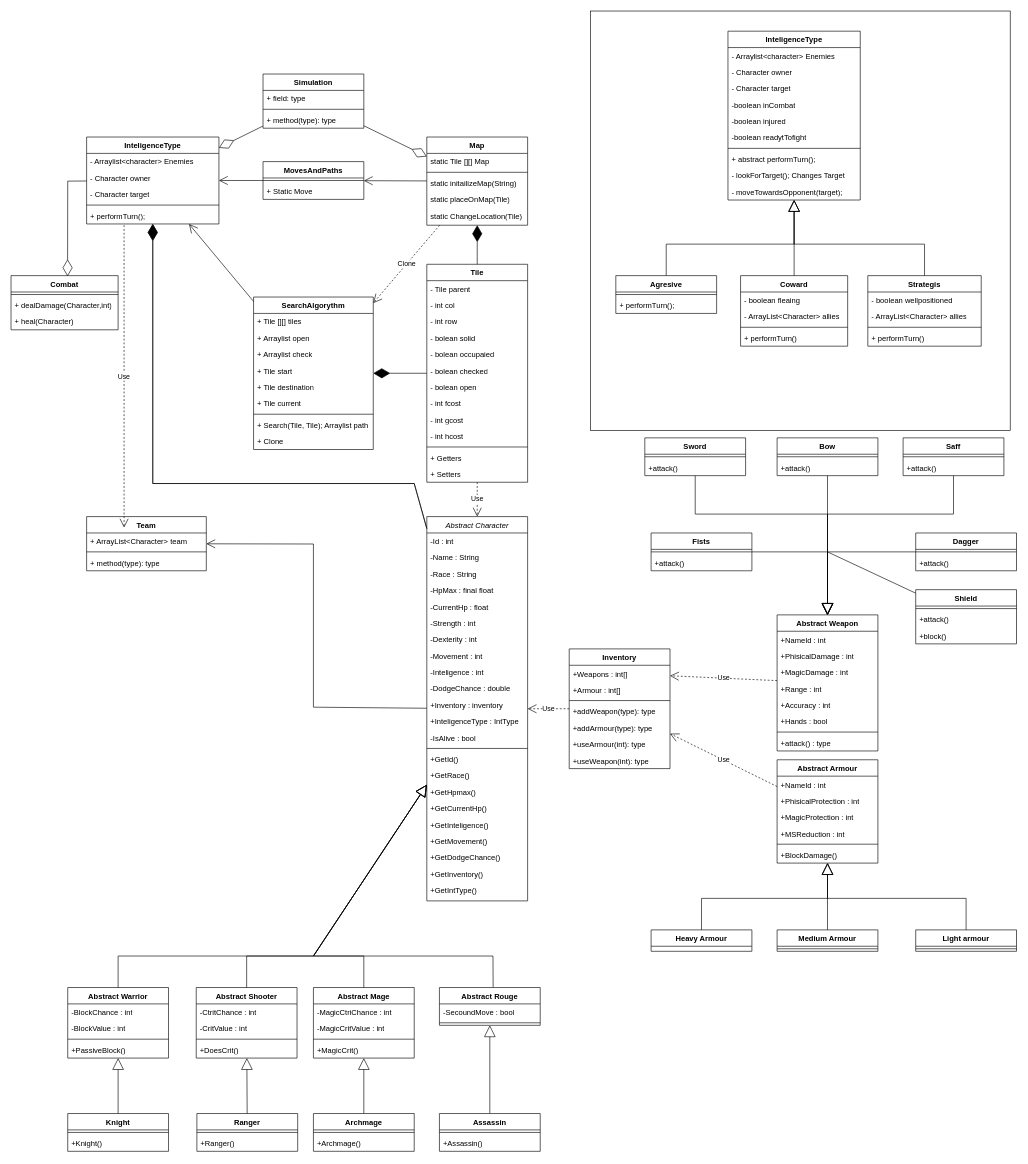
Earlier version of the draw.io diagram Map_And_TileManagment_v2.drawio (Jolowizzard/Fantasy_Battle_Simulation). Source tidied: cells renumbered, new cells numbered last; positions are measured from the earlier drawing's top-left corner, leaving out a move shared by most shapes. Both pictures are drawn from the tidied source at 63%, with x=0, y=0 at pixel (11, 11).
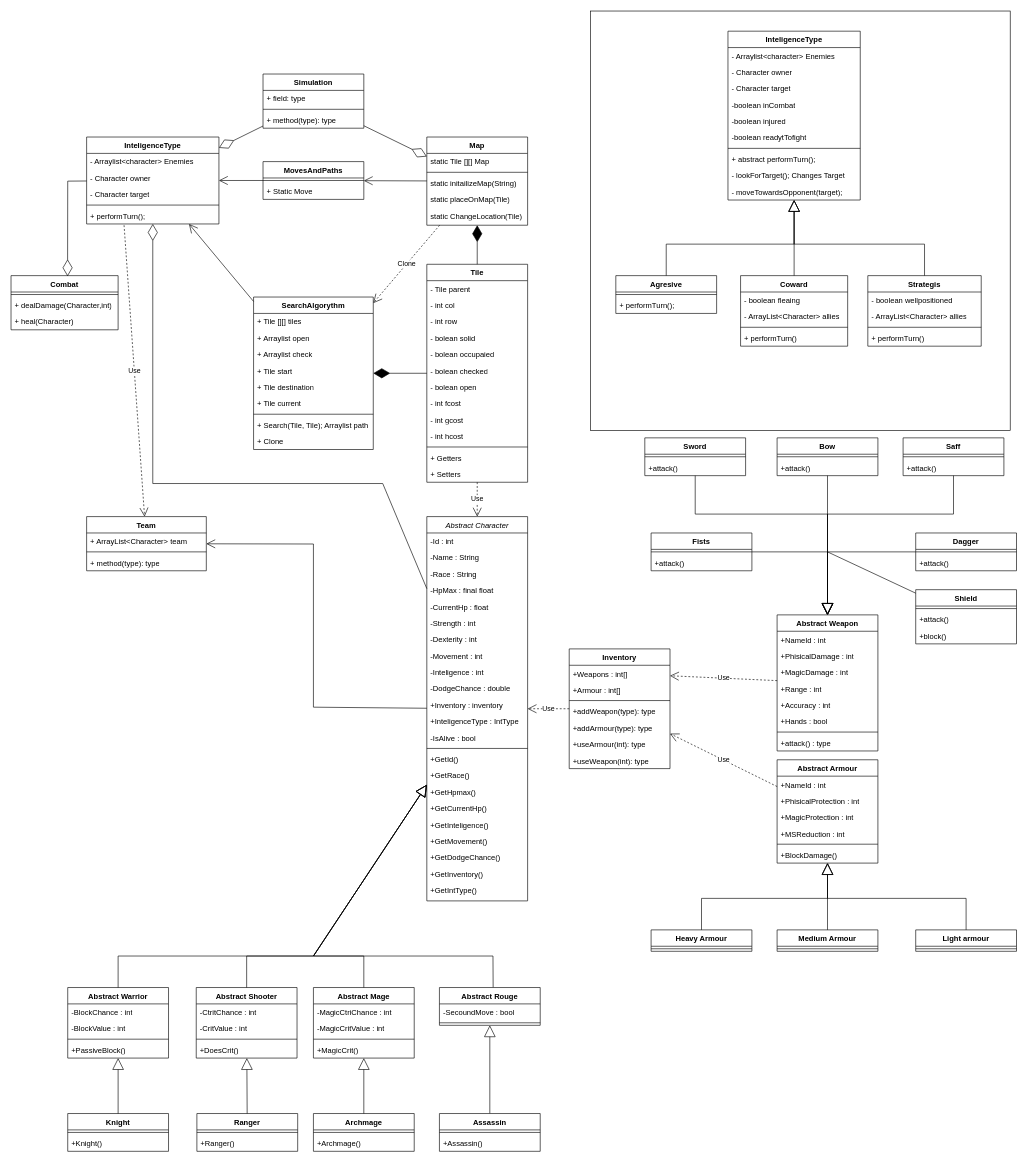
Above is the later version.

The change refers to these unchanged cells:
```xml
<mxCell id="35" value="InteligenceType" style="swimlane;fontStyle=1;align=center;verticalAlign=top;horizontal=1;startSize=26;whiteSpace=wrap;html=1;" parent="1" vertex="1">
  <mxGeometry x="120" y="200" width="210" height="138" as="geometry" />
</mxCell>
<mxCell id="40" value="+ performTurn();" style="text;strokeColor=none;fillColor=none;align=left;verticalAlign=top;spacingLeft=4;spacingRight=4;overflow=hidden;points=[[0,0.5],[1,0.5]];portConstraint=eastwest;whiteSpace=wrap;html=1;" parent="35" vertex="1">
  <mxGeometry y="112" width="210" height="26" as="geometry" />
</mxCell>
<mxCell id="92" value="Heavy Armour" style="swimlane;fontStyle=1;align=center;verticalAlign=top;horizontal=1;startSize=26;whiteSpace=wrap;html=1;" parent="1" vertex="1">
  <mxGeometry x="1016" y="1458.5" width="160" height="34" as="geometry" />
</mxCell>
<mxCell id="104" value="Abstract Character" style="swimlane;fontStyle=2;align=center;verticalAlign=top;horizontal=1;startSize=26;rounded=0;shadow=0;strokeWidth=1;" parent="1" vertex="1">
  <mxGeometry x="660" y="802.5" width="160" height="610" as="geometry" />
</mxCell>
<mxCell id="180" value="Team" style="swimlane;fontStyle=1;align=center;verticalAlign=top;horizontal=1;startSize=26;whiteSpace=wrap;html=1;" parent="1" vertex="1">
  <mxGeometry x="120" y="802.5" width="190" height="86" as="geometry" />
</mxCell>
```

What changed in the source:
```diff
@@
+    <mxCell id="217" style="line;strokeWidth=1;fillColor=none;align=left;verticalAlign=middle;spacingTop=-1;spacingLeft=3;spacingRight=3;labelPosition=right;strokeColor=inherit;" parent="92" vertex="1">
+      <mxGeometry y="26" width="160" height="8" as="geometry" />
+    </mxCell>
@@
-    <mxCell id="185" value="Use" style="endArrow=open;endSize=12;dashed=1;html=1;rounded=0;exitX=0.283;exitY=1.077;exitDx=0;exitDy=0;exitPerimeter=0;entryX=0.313;entryY=0.203;entryDx=0;entryDy=0;entryPerimeter=0;" parent="1" edge="1" source="40" target="180">
+    <mxCell id="185" value="Use" style="endArrow=open;endSize=12;dashed=1;html=1;rounded=0;exitX=0.283;exitY=1.077;exitDx=0;exitDy=0;exitPerimeter=0;" parent="1" edge="1" source="40" target="180">
       <mxGeometry relative="1" as="geometry" />
     </mxCell>
@@
     <mxCell id="187" style="endArrow=diamondThin;endFill=0;endSize=24;html=1;rounded=0;" parent="1" edge="1" source="104" target="35">
       <mxGeometry relative="1" as="geometry">
         <Array as="points">
-          <mxPoint x="640" y="750" />
+          <mxPoint x="590" y="750" />
           <mxPoint x="225" y="750" />
         </Array>
       </mxGeometry>
     </mxCell>
@@
-    <mxCell id="216" style="endArrow=diamondThin;endFill=1;endSize=24;html=1;rounded=0;" parent="1" edge="1" source="104" target="35">
-      <mxGeometry relative="1" as="geometry">
-        <Array as="points">
-          <mxPoint x="640" y="750" />
-          <mxPoint x="225" y="750" />
-        </Array>
-      </mxGeometry>
-    </mxCell>
```
